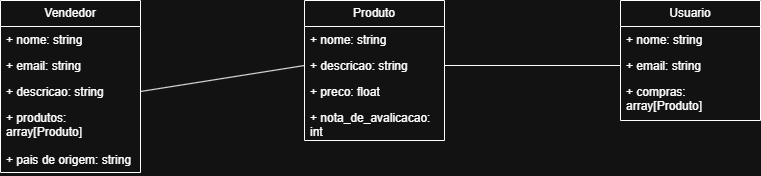
Before: UML.png, a diagram exported from draw.io (Guilherme-O-Brito/Projeto_final_S202). Source tidied: cells renumbered, new cells last; positions are measured from the earlier drawing's top-left corner, leaving out a move shared by most shapes.
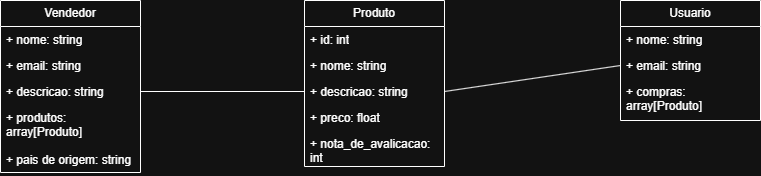
The same file after the commit.

What changed in the source:
```diff
@@ -21,19 +21,22 @@
       <mxGeometry y="146" width="140" height="26" as="geometry" />
     </mxCell>
     <mxCell id="8" value="Produto" style="swimlane;fontStyle=0;horizontal=1;startSize=26;fillColor=none;whiteSpace=wrap;html=1;" parent="1" vertex="1">
-      <mxGeometry x="304" width="140" height="140" as="geometry" />
+      <mxGeometry x="304" width="140" height="166" as="geometry" />
     </mxCell>
+    <mxCell id="19" value="+ id: int" style="text;strokeColor=none;fillColor=none;align=left;verticalAlign=top;spacingLeft=4;spacingRight=4;overflow=hidden;whiteSpace=wrap;html=1;" parent="8" vertex="1">
+      <mxGeometry y="26" width="140" height="26" as="geometry" />
+    </mxCell>
     <mxCell id="9" value="+ nome: string" style="text;strokeColor=none;fillColor=none;align=left;verticalAlign=top;spacingLeft=4;spacingRight=4;overflow=hidden;whiteSpace=wrap;html=1;" parent="8" vertex="1">
-      <mxGeometry y="26" width="140" height="26" as="geometry" />
+      <mxGeometry y="52" width="140" height="26" as="geometry" />
     </mxCell>
     <mxCell id="10" value="+ descricao: string" style="text;strokeColor=none;fillColor=none;align=left;verticalAlign=top;spacingLeft=4;spacingRight=4;overflow=hidden;points=[[0,0.5],[1,0.5]];portConstraint=eastwest;whiteSpace=wrap;html=1;" parent="8" vertex="1">
-      <mxGeometry y="52" width="140" height="26" as="geometry" />
+      <mxGeometry y="78" width="140" height="26" as="geometry" />
     </mxCell>
     <mxCell id="11" value="+ preco: float" style="text;strokeColor=none;fillColor=none;align=left;verticalAlign=top;spacingLeft=4;spacingRight=4;overflow=hidden;whiteSpace=wrap;html=1;" parent="8" vertex="1">
-      <mxGeometry y="78" width="140" height="26" as="geometry" />
+      <mxGeometry y="104" width="140" height="26" as="geometry" />
     </mxCell>
     <mxCell id="12" value="+ nota_de_avalicacao: int" style="text;strokeColor=none;fillColor=none;align=left;verticalAlign=top;spacingLeft=4;spacingRight=4;overflow=hidden;whiteSpace=wrap;html=1;" parent="8" vertex="1">
-      <mxGeometry y="104" width="140" height="36" as="geometry" />
+      <mxGeometry y="130" width="140" height="36" as="geometry" />
     </mxCell>
     <mxCell id="13" style="rounded=0;jettySize=auto;html=1;exitX=1;exitY=0.5;exitDx=0;exitDy=0;entryX=0;entryY=0.5;entryDx=0;entryDy=0;endArrow=none;startFill=0;" parent="1" edge="1" source="5" target="10">
       <mxGeometry relative="1" as="geometry" />
```
